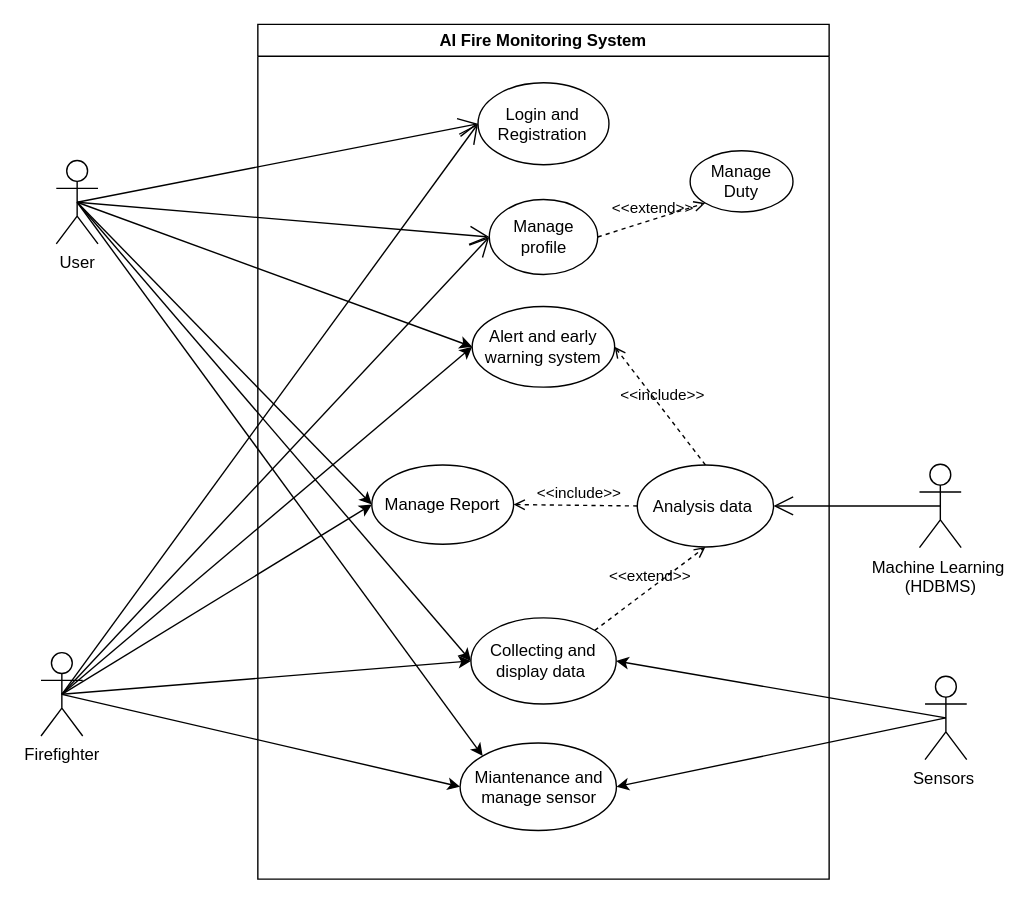
This is page "Use case" (2 of 21) of doc/PSM.drawio from SNFASA/AI-Fire-Monitoring-System, a draw.io file, before an edit. Source tidied: cells renumbered, new cells numbered last; positions are measured from the earlier drawing's top-left corner, leaving out a move shared by most shapes. Both pictures are drawn from the tidied source at 139%, with x=0, y=0 at pixel (40, 24).
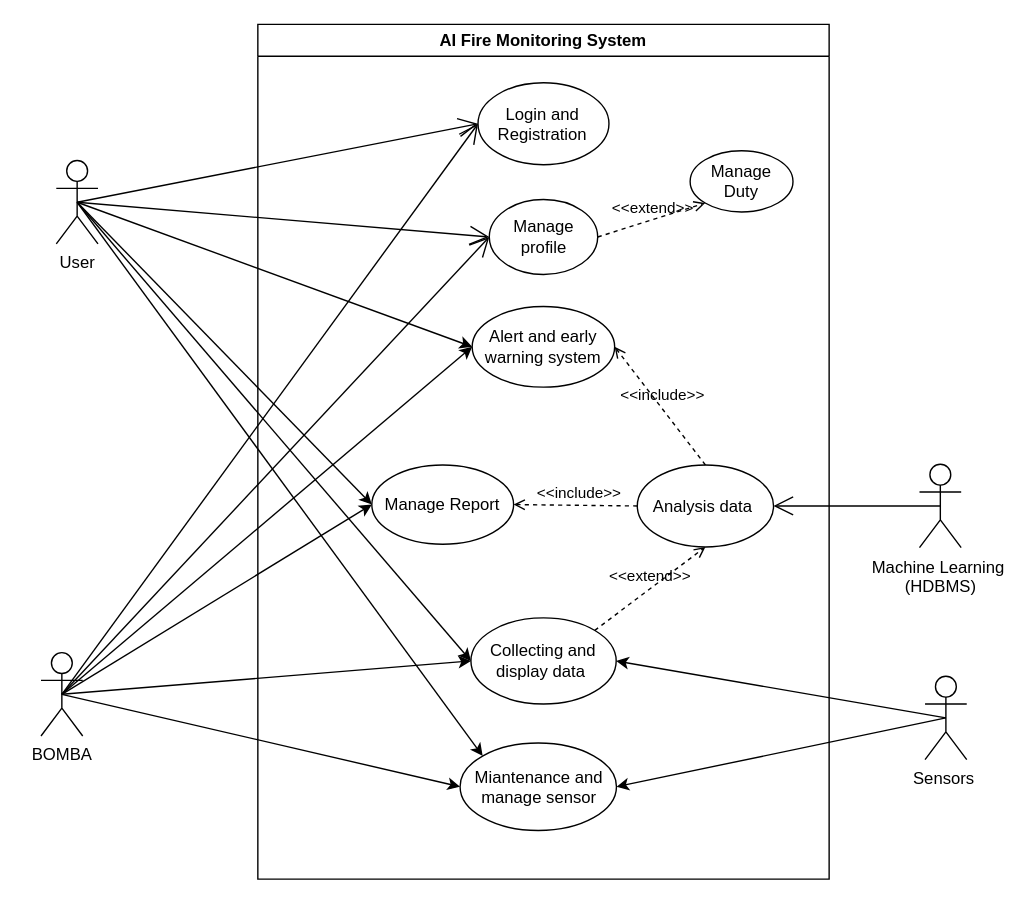
The same page after the edit.

The edit, as a diff of the source:
```diff
@@
-    <mxCell id="16" value="Firefighter" style="shape=umlActor;verticalLabelPosition=bottom;verticalAlign=top;html=1;outlineConnect=0;" parent="1" vertex="1">
+    <mxCell id="16" value="BOMBA" style="shape=umlActor;verticalLabelPosition=bottom;verticalAlign=top;html=1;outlineConnect=0;" parent="1" vertex="1">
       <mxGeometry y="452" width="30" height="60" as="geometry" />
     </mxCell>
```
